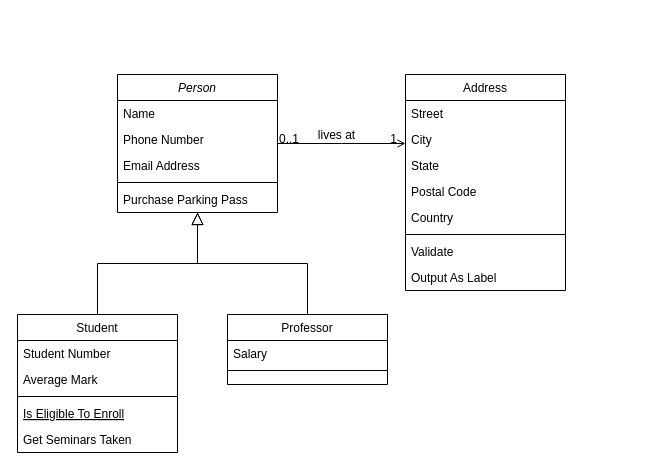
The draw.io diagram project/未命名绘图3243546576.drawio in KevinBrother/draw, before the edit. Source tidied: cells renumbered, new cells numbered last; positions are measured from the earlier drawing's top-left corner, leaving out a move shared by most shapes. Both pictures are drawn from the tidied source at 100%, with x=0, y=0 at pixel (17, 74).
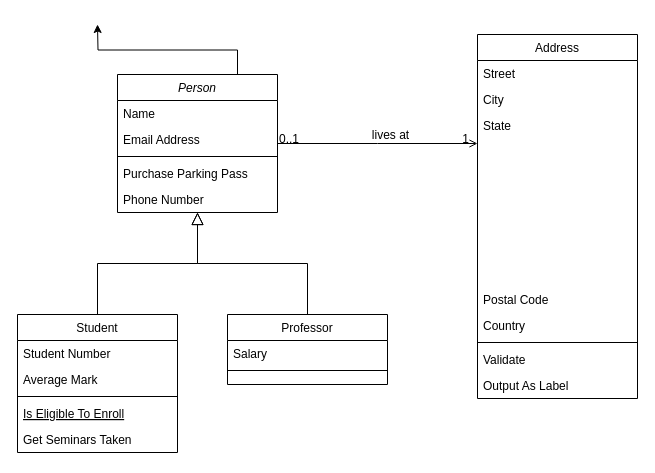
The same page after the edit.

Commit message:
更新未命名绘图3243546576.drawio

The change refers to these unchanged cells:
```xml
<mxCell id="2" value="Person" style="swimlane;fontStyle=2;align=center;verticalAlign=top;horizontal=1;startSize=26;rounded=0;shadow=0;strokeWidth=1;" parent="1" vertex="1">
  <mxGeometry x="100" width="160" height="138" as="geometry" />
</mxCell>
```

What changed in the source:
```diff
@@
+    <mxCell id="32" style="edgeStyle=orthogonalEdgeStyle;rounded=0;jettySize=auto;html=1;exitX=0.75;exitY=0;exitDx=0;exitDy=0;" parent="1" edge="1" source="2">
+      <mxGeometry relative="1" as="geometry">
+        <mxPoint x="80" y="-50" as="targetPoint" />
+      </mxGeometry>
+    </mxCell>
@@
-    <mxCell id="4" value="Phone Number" style="text;align=left;verticalAlign=top;spacingLeft=4;spacingRight=4;overflow=hidden;rounded=0;shadow=0;html=0;" parent="2" vertex="1">
-      <mxGeometry y="52" width="160" height="26" as="geometry" />
-    </mxCell>
     <mxCell id="5" value="Email Address" style="text;align=left;verticalAlign=top;spacingLeft=4;spacingRight=4;overflow=hidden;rounded=0;shadow=0;html=0;" parent="2" vertex="1">
-      <mxGeometry y="78" width="160" height="26" as="geometry" />
+      <mxGeometry y="52" width="160" height="26" as="geometry" />
     </mxCell>
     <mxCell id="6" style="line;html=1;strokeWidth=1;align=left;verticalAlign=middle;spacingTop=-1;spacingLeft=3;spacingRight=3;labelPosition=right;" parent="2" vertex="1">
-      <mxGeometry y="104" width="160" height="8" as="geometry" />
+      <mxGeometry y="78" width="160" height="8" as="geometry" />
     </mxCell>
     <mxCell id="7" value="Purchase Parking Pass" style="text;align=left;verticalAlign=top;spacingLeft=4;spacingRight=4;overflow=hidden;" parent="2" vertex="1">
-      <mxGeometry y="112" width="160" height="26" as="geometry" />
+      <mxGeometry y="86" width="160" height="26" as="geometry" />
     </mxCell>
+    <mxCell id="4" value="Phone Number" style="text;align=left;verticalAlign=top;spacingLeft=4;spacingRight=4;overflow=hidden;rounded=0;shadow=0;html=0;" parent="2" vertex="1">
+      <mxGeometry y="112" width="160" height="26" as="geometry" />
+    </mxCell>
@@
     <mxCell id="19" value="Address" style="swimlane;fontStyle=0;align=center;verticalAlign=top;horizontal=1;startSize=26;rounded=0;shadow=0;strokeWidth=1;" parent="1" vertex="1">
-      <mxGeometry x="388" width="160" height="216" as="geometry" />
+      <mxGeometry x="460" y="-40" width="160" height="364" as="geometry" />
     </mxCell>
@@
     <mxCell id="22" value="State" style="text;align=left;verticalAlign=top;spacingLeft=4;spacingRight=4;overflow=hidden;rounded=0;shadow=0;html=0;" parent="19" vertex="1">
-      <mxGeometry y="78" width="160" height="26" as="geometry" />
+      <mxGeometry y="78" width="160" height="174" as="geometry" />
     </mxCell>
     <mxCell id="23" value="Postal Code" style="text;align=left;verticalAlign=top;spacingLeft=4;spacingRight=4;overflow=hidden;rounded=0;shadow=0;html=0;" parent="19" vertex="1">
-      <mxGeometry y="104" width="160" height="26" as="geometry" />
+      <mxGeometry y="252" width="160" height="26" as="geometry" />
     </mxCell>
     <mxCell id="24" value="Country" style="text;align=left;verticalAlign=top;spacingLeft=4;spacingRight=4;overflow=hidden;rounded=0;shadow=0;html=0;" parent="19" vertex="1">
-      <mxGeometry y="130" width="160" height="26" as="geometry" />
+      <mxGeometry y="278" width="160" height="26" as="geometry" />
     </mxCell>
     <mxCell id="25" style="line;html=1;strokeWidth=1;align=left;verticalAlign=middle;spacingTop=-1;spacingLeft=3;spacingRight=3;labelPosition=right;" parent="19" vertex="1">
-      <mxGeometry y="156" width="160" height="8" as="geometry" />
+      <mxGeometry y="304" width="160" height="8" as="geometry" />
     </mxCell>
     <mxCell id="26" value="Validate" style="text;align=left;verticalAlign=top;spacingLeft=4;spacingRight=4;overflow=hidden;" parent="19" vertex="1">
-      <mxGeometry y="164" width="160" height="26" as="geometry" />
+      <mxGeometry y="312" width="160" height="26" as="geometry" />
     </mxCell>
     <mxCell id="27" value="Output As Label" style="text;align=left;verticalAlign=top;spacingLeft=4;spacingRight=4;overflow=hidden;" parent="19" vertex="1">
-      <mxGeometry y="190" width="160" height="26" as="geometry" />
+      <mxGeometry y="338" width="160" height="26" as="geometry" />
     </mxCell>
```
